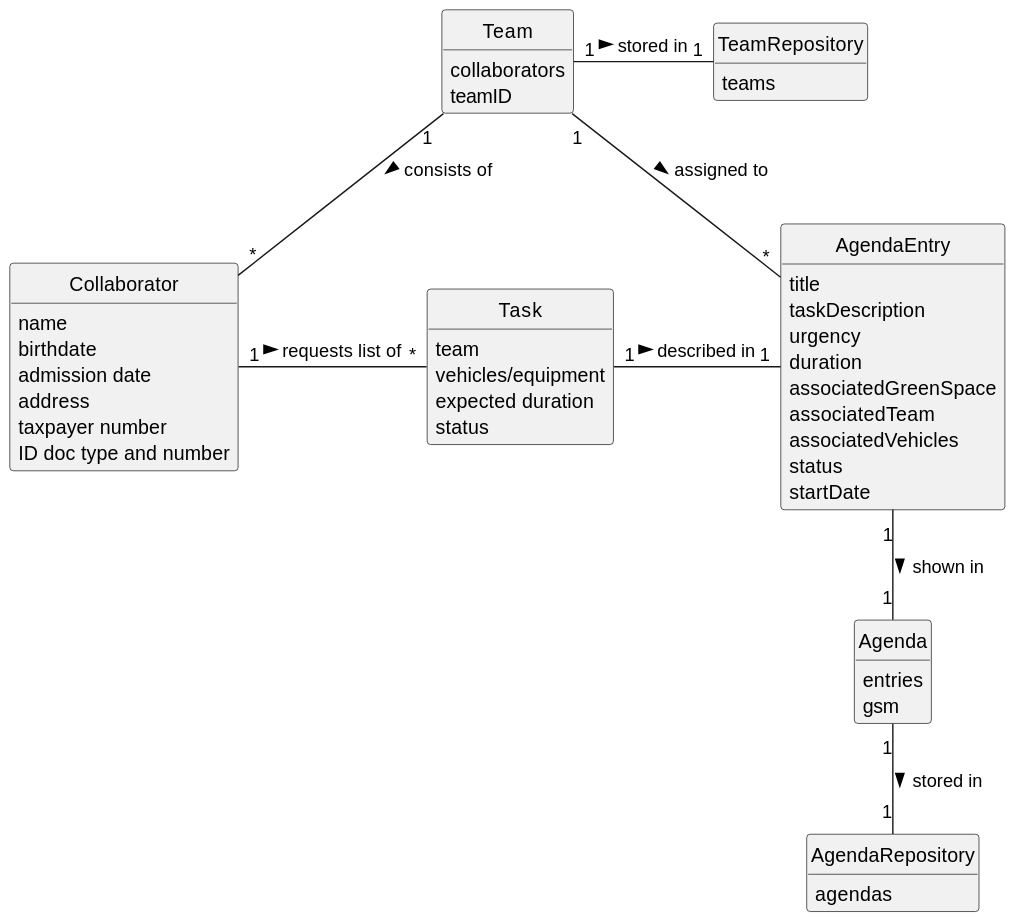
Before: docs/sprint3/us028/02.analysis/svg/us028-domain-model.svg, a diagram exported from PlantUML (tiagosoa/lei-24-s2-1dgh-g073).
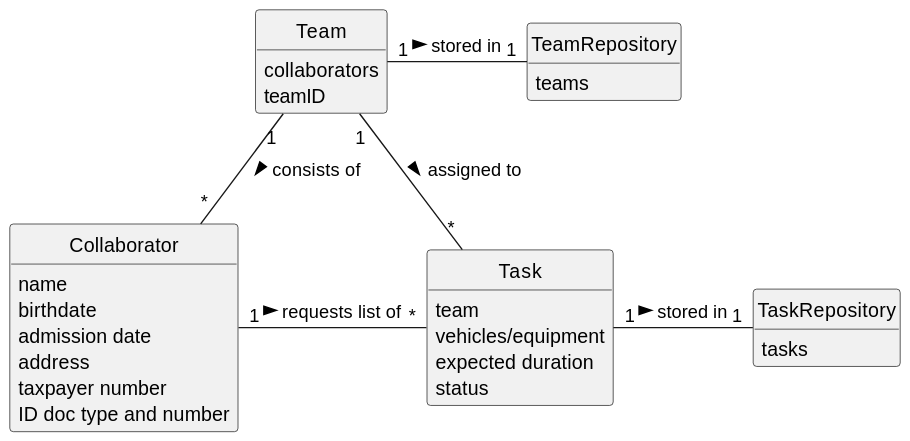
Above is the later version.

Change to the diagram source:
```diff
@@ -28,24 +28,12 @@
     status
 }
 
-class AgendaEntry {
-     title
-     taskDescription
-     urgency
-     duration
-     associatedGreenSpace
-     associatedTeam
-     associatedVehicles
-     status
-     startDate
+class TeamRepository {
+    teams
 }
 
-class AgendaRepository {
-    agendas
-}
-
-class TeamRepository {
-    teams
+class TaskRepository {
+    tasks
 }
 
 class Team {
@@ -53,17 +41,10 @@
     teamID
 }
 
-class Agenda {
-    entries
-    gsm
-}
-
 
 Team "1" -- "*" Collaborator: consists of >
 Team "1" - "1" TeamRepository: stored in >
 Collaborator "1" - "*" Task: requests list of >
-Task "1" - "1" AgendaEntry: described in >
-Team "1" - "*" AgendaEntry: assigned to >
-AgendaEntry "1" -- "1" Agenda: shown in >
-Agenda "1" -- "1" AgendaRepository: stored in >
+Task "1" - "1" TaskRepository: stored in >
+Team "1" - "*" Task: assigned to >
 @enduml
```
